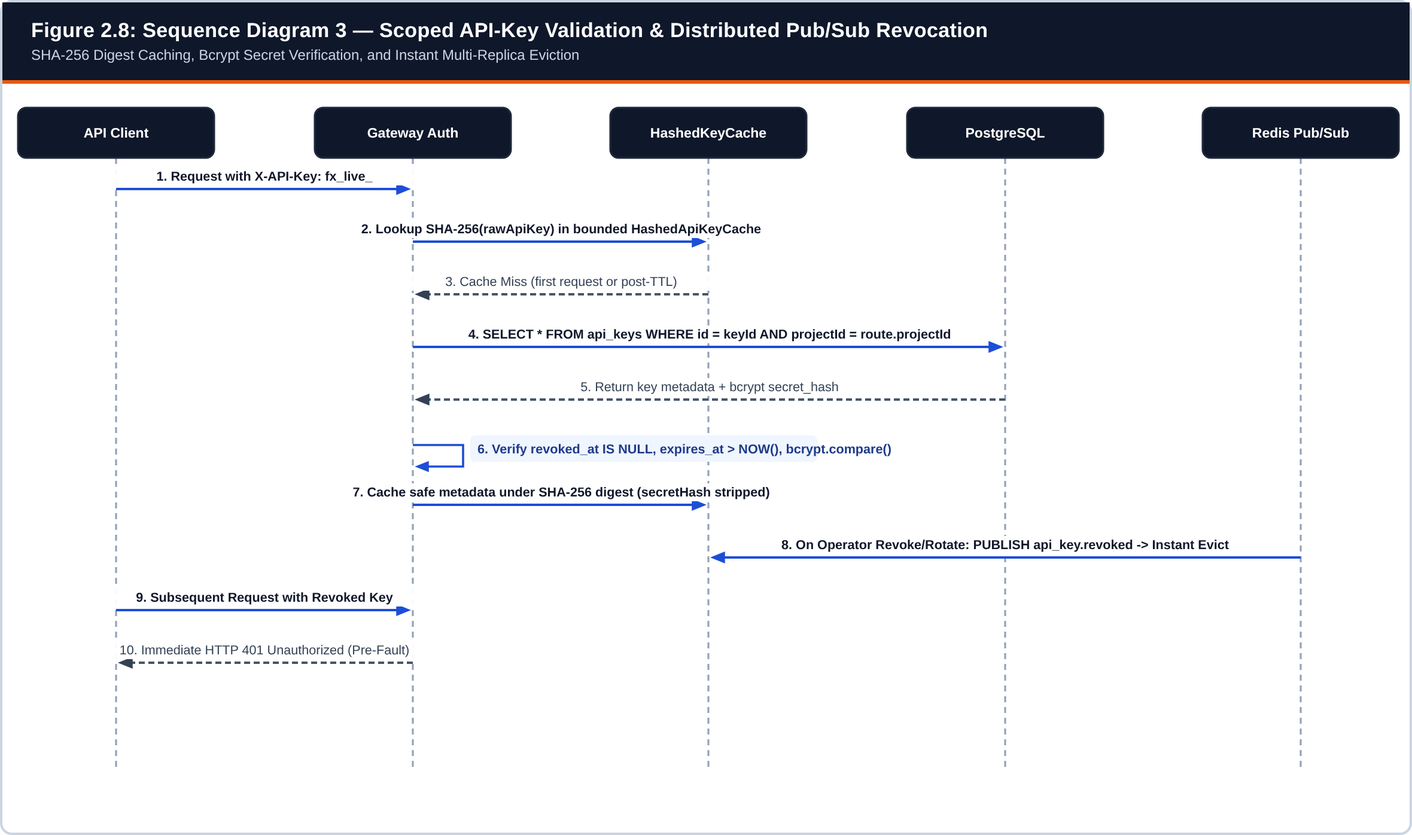
Earlier version of the Mermaid export docs/reports/diagrams/fig09_seq_apikey_authz.png (mr-vdnt/FortiX). Its source is kept beside it as docs/reports/diagrams/fig09_seq_apikey_authz.mmd.
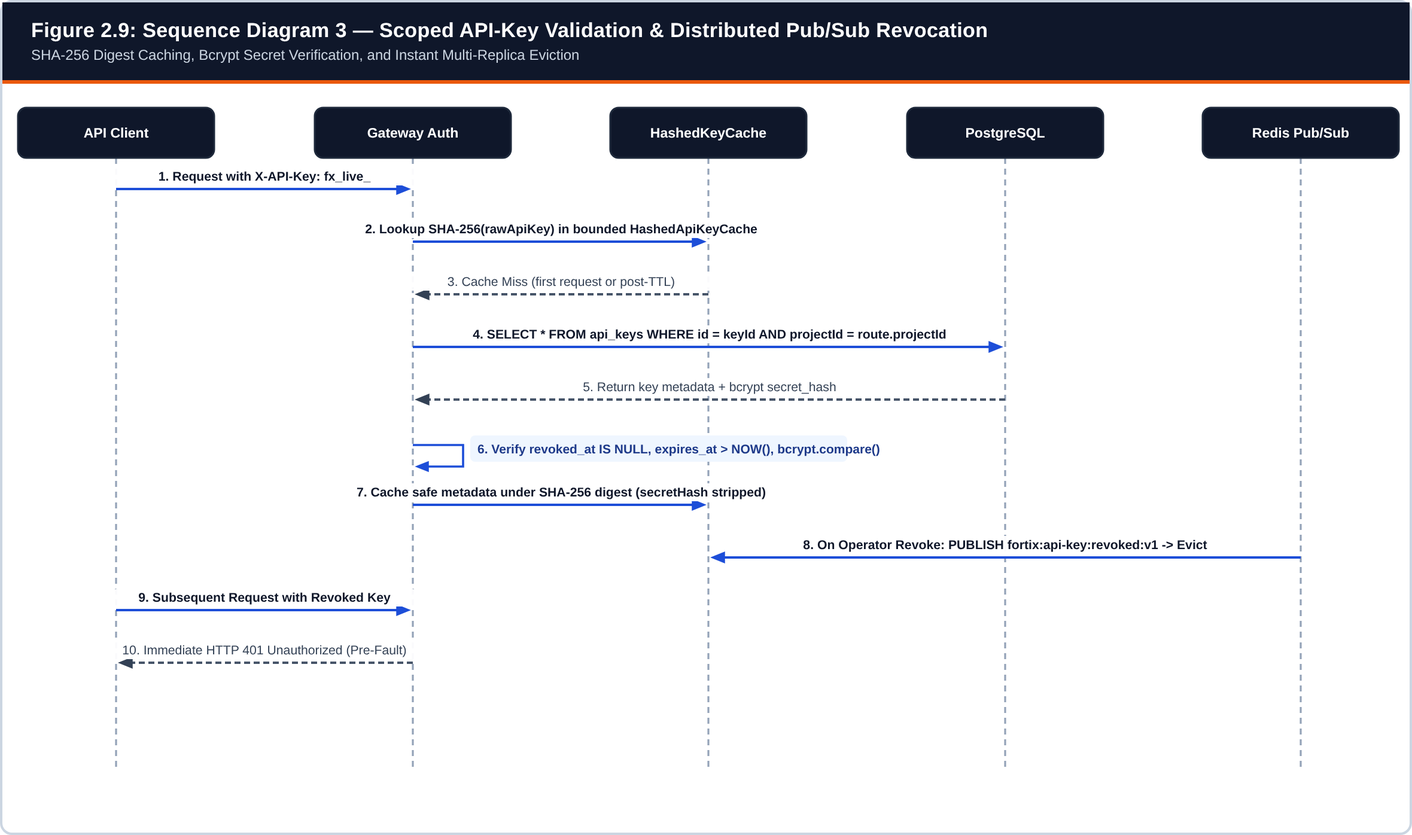
After the change.

Change to the diagram source:
```diff
@@ -5,4 +5,4 @@
   Gateway Auth->>PostgreSQL: SELECT api_keys WHERE id = <id>
   Gateway Auth->>Gateway Auth: bcrypt.compare(secret, secret_hash) + check scopes/expiry
   Gateway Auth->>HashedKeyCache: Store SHA-256(rawKey) (strip secretHash)
-  Redis Pub/Sub->>HashedKeyCache: Event api_key.revoked -> Evict keyId immediately
+  Redis Pub/Sub->>HashedKeyCache: Channel fortix:api-key:revoked:v1 -> Evict keyId immediately
```
